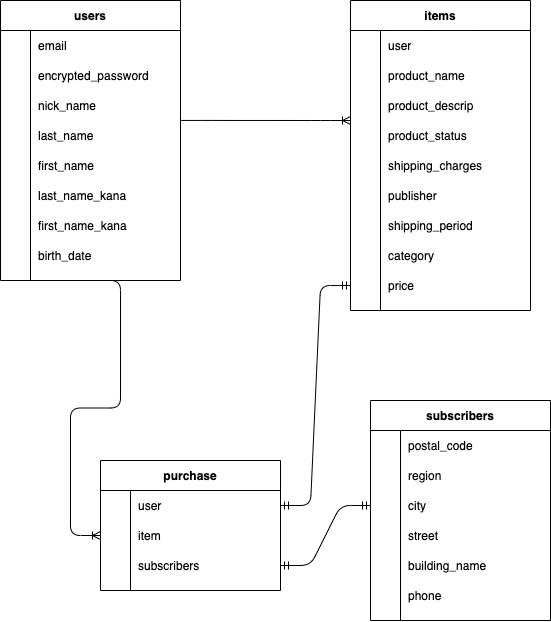
Above: ER.png in komadorihouse/furima-35680 (draw.io), before the change. Source tidied: cells renumbered, new cells last; positions are measured from the earlier drawing's top-left corner, leaving out a move shared by most shapes.
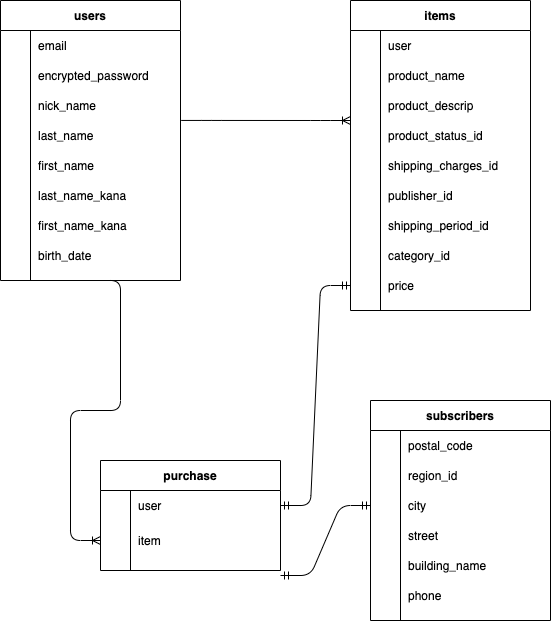
The same diagram one commit later.

Change to the diagram source:
```diff
@@ -113,7 +113,7 @@
     <mxCell id="38" style="shape=partialRectangle;fillColor=none;top=0;left=0;bottom=0;right=0;overflow=hidden;" parent="37" vertex="1">
       <mxGeometry width="30" height="30" as="geometry" />
     </mxCell>
-    <mxCell id="39" value="product_status" style="shape=partialRectangle;fillColor=none;top=0;left=0;bottom=0;right=0;align=left;spacingLeft=6;overflow=hidden;" parent="37" vertex="1">
+    <mxCell id="39" value="product_status_id" style="shape=partialRectangle;fillColor=none;top=0;left=0;bottom=0;right=0;align=left;spacingLeft=6;overflow=hidden;" parent="37" vertex="1">
       <mxGeometry x="30" width="150" height="30" as="geometry" />
     </mxCell>
     <mxCell id="40" style="shape=partialRectangle;fillColor=none;top=0;left=0;bottom=0;right=0;" parent="27" vertex="1">
@@ -122,7 +122,7 @@
     <mxCell id="41" style="shape=partialRectangle;fillColor=none;top=0;left=0;bottom=0;right=0;overflow=hidden;" parent="40" vertex="1">
       <mxGeometry width="30" height="30" as="geometry" />
     </mxCell>
-    <mxCell id="42" value="shipping_charges" style="shape=partialRectangle;fillColor=none;top=0;left=0;bottom=0;right=0;align=left;spacingLeft=6;overflow=hidden;" parent="40" vertex="1">
+    <mxCell id="42" value="shipping_charges_id" style="shape=partialRectangle;fillColor=none;top=0;left=0;bottom=0;right=0;align=left;spacingLeft=6;overflow=hidden;" parent="40" vertex="1">
       <mxGeometry x="30" width="150" height="30" as="geometry" />
     </mxCell>
     <mxCell id="43" style="shape=partialRectangle;fillColor=none;top=0;left=0;bottom=0;right=0;" parent="27" vertex="1">
@@ -131,7 +131,7 @@
     <mxCell id="44" style="shape=partialRectangle;fillColor=none;top=0;left=0;bottom=0;right=0;overflow=hidden;" parent="43" vertex="1">
       <mxGeometry width="30" height="30" as="geometry" />
     </mxCell>
-    <mxCell id="45" value="publisher" style="shape=partialRectangle;fillColor=none;top=0;left=0;bottom=0;right=0;align=left;spacingLeft=6;overflow=hidden;" parent="43" vertex="1">
+    <mxCell id="45" value="publisher_id" style="shape=partialRectangle;fillColor=none;top=0;left=0;bottom=0;right=0;align=left;spacingLeft=6;overflow=hidden;" parent="43" vertex="1">
       <mxGeometry x="30" width="150" height="30" as="geometry" />
     </mxCell>
     <mxCell id="46" style="shape=partialRectangle;fillColor=none;top=0;left=0;bottom=0;right=0;" parent="27" vertex="1">
@@ -140,7 +140,7 @@
     <mxCell id="47" style="shape=partialRectangle;fillColor=none;top=0;left=0;bottom=0;right=0;overflow=hidden;" parent="46" vertex="1">
       <mxGeometry width="30" height="30" as="geometry" />
     </mxCell>
-    <mxCell id="48" value="shipping_period" style="shape=partialRectangle;fillColor=none;top=0;left=0;bottom=0;right=0;align=left;spacingLeft=6;overflow=hidden;" parent="46" vertex="1">
+    <mxCell id="48" value="shipping_period_id" style="shape=partialRectangle;fillColor=none;top=0;left=0;bottom=0;right=0;align=left;spacingLeft=6;overflow=hidden;" parent="46" vertex="1">
       <mxGeometry x="30" width="150" height="30" as="geometry" />
     </mxCell>
     <mxCell id="49" style="shape=partialRectangle;fillColor=none;top=0;left=0;bottom=0;right=0;" parent="27" vertex="1">
@@ -149,7 +149,7 @@
     <mxCell id="50" style="shape=partialRectangle;fillColor=none;top=0;left=0;bottom=0;right=0;overflow=hidden;" parent="49" vertex="1">
       <mxGeometry width="30" height="30" as="geometry" />
     </mxCell>
-    <mxCell id="51" value="category" style="shape=partialRectangle;fillColor=none;top=0;left=0;bottom=0;right=0;align=left;spacingLeft=6;overflow=hidden;" parent="49" vertex="1">
+    <mxCell id="51" value="category_id" style="shape=partialRectangle;fillColor=none;top=0;left=0;bottom=0;right=0;align=left;spacingLeft=6;overflow=hidden;" parent="49" vertex="1">
       <mxGeometry x="30" width="150" height="30" as="geometry" />
     </mxCell>
     <mxCell id="52" style="shape=partialRectangle;fillColor=none;top=0;left=0;bottom=0;right=0;points=[[0,0.5],[1,0.5]];portConstraint=eastwest;" parent="27" vertex="1">
@@ -179,7 +179,7 @@
     <mxCell id="60" style="shape=partialRectangle;fillColor=none;top=0;left=0;bottom=0;right=0;overflow=hidden;" parent="59" vertex="1">
       <mxGeometry width="30" height="30" as="geometry" />
     </mxCell>
-    <mxCell id="61" value="region" style="shape=partialRectangle;fillColor=none;top=0;left=0;bottom=0;right=0;align=left;spacingLeft=6;overflow=hidden;" parent="59" vertex="1">
+    <mxCell id="61" value="region_id" style="shape=partialRectangle;fillColor=none;top=0;left=0;bottom=0;right=0;align=left;spacingLeft=6;overflow=hidden;" parent="59" vertex="1">
       <mxGeometry x="30" width="150" height="30" as="geometry" />
     </mxCell>
     <mxCell id="62" style="shape=partialRectangle;fillColor=none;top=0;left=0;bottom=0;right=0;points=[[0,0.5],[1,0.5]];portConstraint=eastwest;" parent="55" vertex="1">
@@ -219,7 +219,7 @@
       <mxGeometry x="30" width="150" height="30" as="geometry" />
     </mxCell>
     <mxCell id="74" value="purchase" style="shape=table;startSize=30;rowLines=0;fontStyle=1;align=center;" parent="1" vertex="1">
-      <mxGeometry x="100" y="460" width="180" height="130" as="geometry" />
+      <mxGeometry x="100" y="460" width="180" height="110" as="geometry" />
     </mxCell>
     <mxCell id="75" style="shape=partialRectangle;fillColor=none;top=0;left=0;bottom=0;right=0;points=[[0,0.5],[1,0.5]];portConstraint=eastwest;" parent="74" vertex="1">
       <mxGeometry y="30" width="180" height="30" as="geometry" />
@@ -231,23 +231,14 @@
       <mxGeometry x="30" width="150" height="30" as="geometry" />
     </mxCell>
     <mxCell id="78" style="shape=partialRectangle;fillColor=none;top=0;left=0;bottom=0;right=0;points=[[0,0.5],[1,0.5]];portConstraint=eastwest;" parent="74" vertex="1">
-      <mxGeometry y="60" width="180" height="30" as="geometry" />
+      <mxGeometry y="60" width="180" height="40" as="geometry" />
     </mxCell>
     <mxCell id="79" style="shape=partialRectangle;fillColor=none;top=0;left=0;bottom=0;right=0;overflow=hidden;" parent="78" vertex="1">
-      <mxGeometry width="30" height="30" as="geometry" />
+      <mxGeometry width="30" height="40" as="geometry" />
     </mxCell>
     <mxCell id="80" value="item" style="shape=partialRectangle;fillColor=none;top=0;left=0;bottom=0;right=0;align=left;spacingLeft=6;overflow=hidden;" parent="78" vertex="1">
-      <mxGeometry x="30" width="150" height="30" as="geometry" />
+      <mxGeometry x="30" width="150" height="40" as="geometry" />
     </mxCell>
-    <mxCell id="81" style="shape=partialRectangle;fillColor=none;top=0;left=0;bottom=0;right=0;points=[[0,0.5],[1,0.5]];portConstraint=eastwest;" parent="74" vertex="1">
-      <mxGeometry y="90" width="180" height="30" as="geometry" />
-    </mxCell>
-    <mxCell id="82" style="shape=partialRectangle;fillColor=none;top=0;left=0;bottom=0;right=0;overflow=hidden;" parent="81" vertex="1">
-      <mxGeometry width="30" height="30" as="geometry" />
-    </mxCell>
-    <mxCell id="83" value="subscribers" style="shape=partialRectangle;fillColor=none;top=0;left=0;bottom=0;right=0;align=left;spacingLeft=6;overflow=hidden;" parent="81" vertex="1">
-      <mxGeometry x="30" width="150" height="30" as="geometry" />
-    </mxCell>
     <mxCell id="84" style="edgeStyle=entityRelationEdgeStyle;fontSize=12;html=1;endArrow=ERoneToMany;exitX=1.004;exitY=-0.002;exitDx=0;exitDy=0;exitPerimeter=0;" parent="1" edge="1" source="12">
       <mxGeometry relative="1" as="geometry">
         <mxPoint x="350" y="120" as="targetPoint" />
@@ -259,8 +250,10 @@
     <mxCell id="86" style="edgeStyle=entityRelationEdgeStyle;fontSize=12;html=1;endArrow=ERmandOne;startArrow=ERmandOne;exitX=1;exitY=0.5;exitDx=0;exitDy=0;entryX=0;entryY=0.5;entryDx=0;entryDy=0;" parent="1" edge="1" source="75" target="52">
       <mxGeometry relative="1" as="geometry" />
     </mxCell>
-    <mxCell id="87" style="edgeStyle=entityRelationEdgeStyle;fontSize=12;html=1;endArrow=ERmandOne;startArrow=ERmandOne;exitX=1;exitY=0.5;exitDx=0;exitDy=0;entryX=0;entryY=0.5;entryDx=0;entryDy=0;" parent="1" edge="1" source="81" target="62">
-      <mxGeometry relative="1" as="geometry" />
+    <mxCell id="87" style="edgeStyle=entityRelationEdgeStyle;fontSize=12;html=1;endArrow=ERmandOne;startArrow=ERmandOne;exitX=1;exitY=0.5;exitDx=0;exitDy=0;entryX=0;entryY=0.5;entryDx=0;entryDy=0;" parent="1" edge="1" target="62">
+      <mxGeometry relative="1" as="geometry">
+        <mxPoint x="280" y="575" as="sourcePoint" />
+      </mxGeometry>
     </mxCell>
   </root>
 </mxGraphModel>
```
